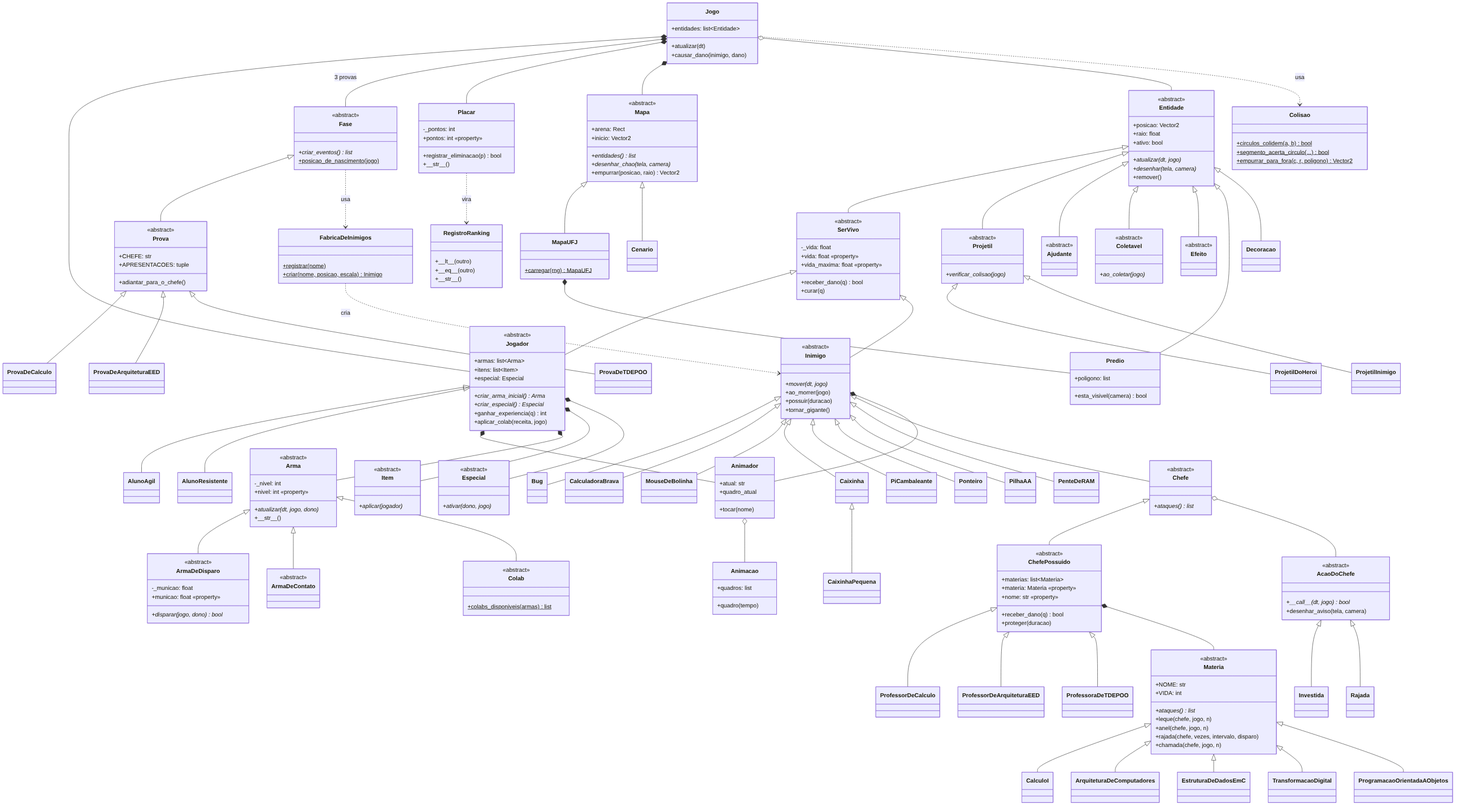
thallersubtil/UFJ-Survivors keeps this Mermaid diagram as docs/entregas/diagrama_classes.png. Above is the earlier version. Its source is kept beside it as docs/diagrama_classes.mmd.
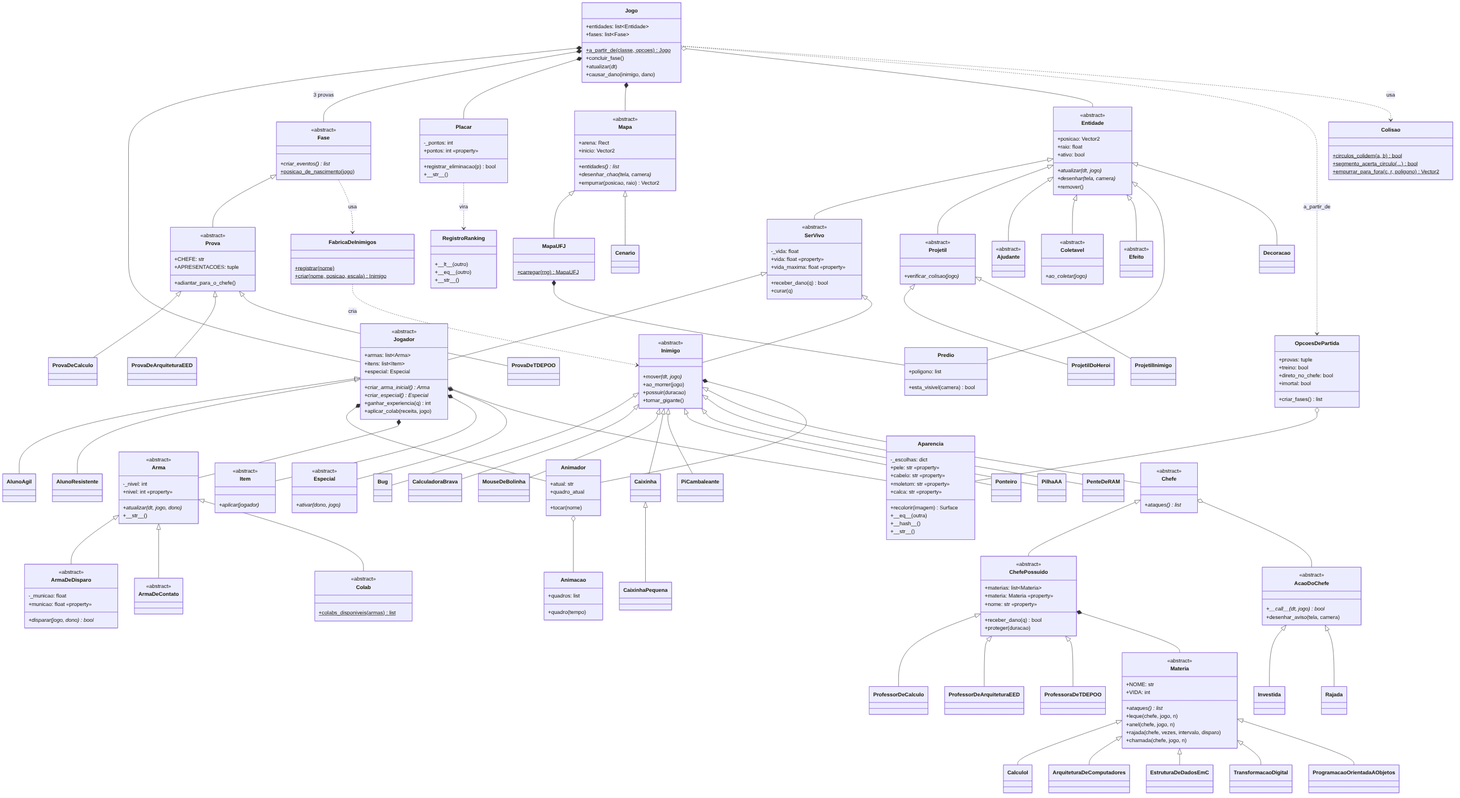
After the commit.

Commit message:
Docs em dia com o código: AGENTS, diagrama, guia e pendências

What changed in the source:
```diff
@@ -128,6 +128,9 @@
     }
     class Jogo {
         +entidades: list~Entidade~
+        +fases: list~Fase~
+        +a_partir_de(classe, opcoes)$ Jogo
+        +concluir_fase()
         +atualizar(dt)
         +causar_dano(inimigo, dano)
     }
@@ -183,6 +186,24 @@
         +esta_visivel(camera) bool
     }
     class Decoracao
+    class Aparencia {
+        -_escolhas: dict
+        +pele: str «property»
+        +cabelo: str «property»
+        +moletom: str «property»
+        +calca: str «property»
+        +recolorir(imagem) Surface
+        +#95;#95;eq#95;#95;(outra)
+        +#95;#95;hash#95;#95;()
+        +#95;#95;str#95;#95;()
+    }
+    class OpcoesDePartida {
+        +provas: tuple
+        +treino: bool
+        +direto_no_chefe: bool
+        +imortal: bool
+        +criar_fases() list
+    }
     class Animador {
         +atual: str
         +tocar(nome)
@@ -251,6 +272,9 @@
     Jogador *-- Arma
     Jogador *-- Item
     Jogador *-- Especial
+    Jogador o-- Aparencia
+    OpcoesDePartida o-- Aparencia
+    Jogo ..> OpcoesDePartida : a_partir_de
     Fase ..> FabricaDeInimigos : usa
     FabricaDeInimigos ..> Inimigo : cria
     Jogo ..> Colisao : usa
```
